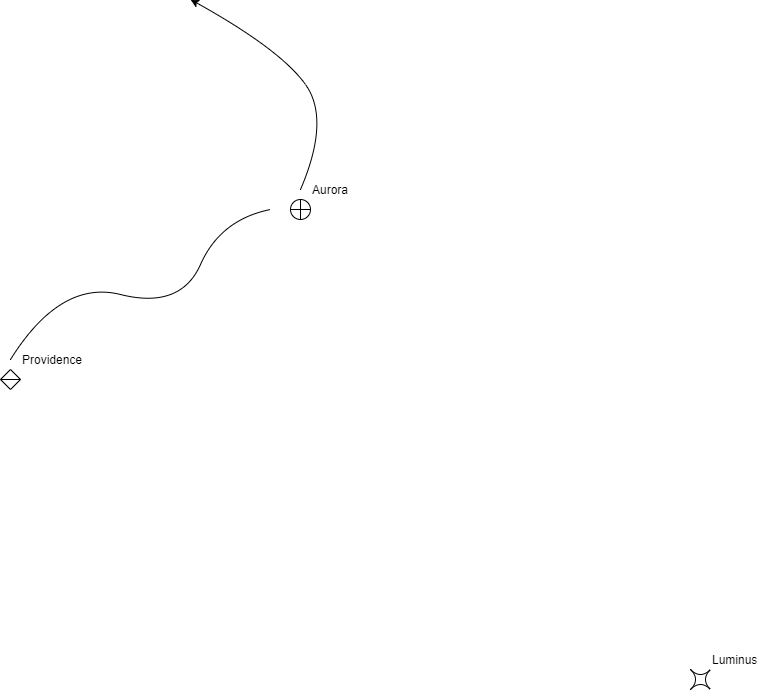
haydenmuhl/starforged keeps this draw.io diagram as sectors/00_outer_cluster/diagram.png. Above is the earlier version. Source tidied: cells renumbered, new cells last; positions are measured from the earlier drawing's top-left corner, leaving out a move shared by most shapes.
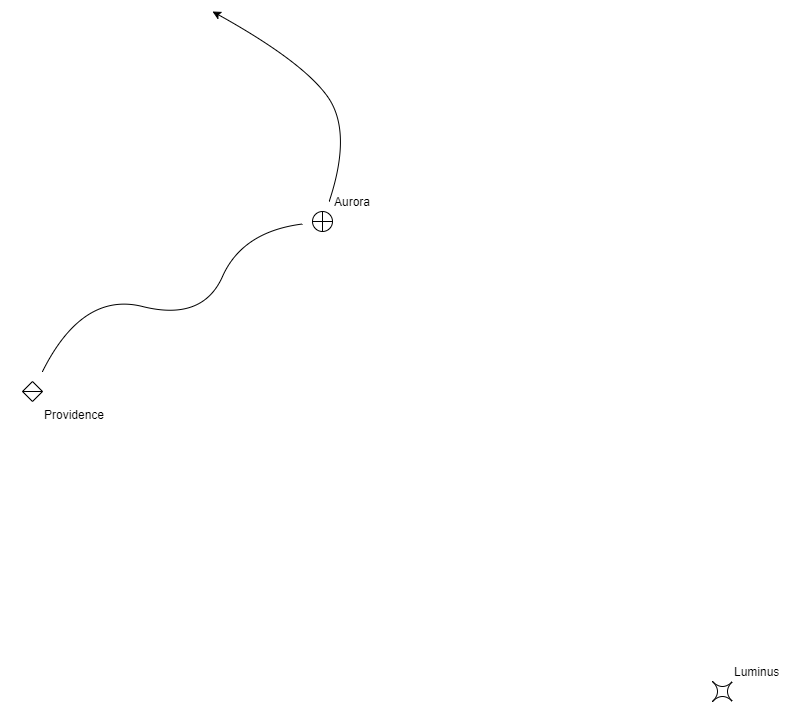
The same file after the commit.

Commit message:
Session 002 in progress

The edit, as a diff of the source:
```diff
@@ -1,20 +1,9 @@
-<mxGraphModel>
+<mxGraphModel background="#ffffff">
   <root>
     <mxCell id="0" />
     <mxCell id="1" parent="0" />
-    <mxCell id="2" value="Aurora" style="shape=orEllipse;perimeter=ellipsePerimeter;whiteSpace=wrap;html=1;backgroundOutline=1;labelPosition=right;verticalLabelPosition=top;align=left;verticalAlign=bottom;" parent="1" vertex="1">
-      <mxGeometry x="290" y="200" width="20" height="20" as="geometry" />
-    </mxCell>
-    <mxCell id="3" value="Providence" style="shape=sortShape;perimeter=rhombusPerimeter;whiteSpace=wrap;html=1;labelPosition=right;verticalLabelPosition=top;align=left;verticalAlign=bottom;" parent="1" vertex="1">
-      <mxGeometry y="370" width="20" height="20" as="geometry" />
-    </mxCell>
-    <mxCell id="4" value="Luminus" style="shape=switch;whiteSpace=wrap;html=1;labelPosition=right;verticalLabelPosition=top;align=left;verticalAlign=bottom;" parent="1" vertex="1">
-      <mxGeometry x="690" y="670" width="20" height="20" as="geometry" />
-    </mxCell>
-    <mxCell id="5" style="curved=1;endArrow=none;html=1;endFill=0;" parent="1" edge="1">
+    <mxCell id="5" style="curved=1;endArrow=none;html=1;endFill=0;" parent="1" edge="1" source="8" target="10">
       <mxGeometry relative="1" as="geometry">
-        <mxPoint x="10" y="360" as="sourcePoint" />
-        <mxPoint x="270" y="210" as="targetPoint" />
         <Array as="points">
           <mxPoint x="60" y="280" />
           <mxPoint x="180" y="310" />
@@ -22,9 +11,8 @@
         </Array>
       </mxGeometry>
     </mxCell>
-    <mxCell id="6" style="curved=1;endArrow=classic;html=1;endFill=1;startArrow=none;startFill=0;" parent="1" edge="1">
+    <mxCell id="6" style="curved=1;endArrow=classic;html=1;endFill=1;startArrow=none;startFill=0;" parent="1" edge="1" source="10">
       <mxGeometry relative="1" as="geometry">
-        <mxPoint x="300" y="190" as="sourcePoint" />
         <mxPoint x="190" as="targetPoint" />
         <Array as="points">
           <mxPoint x="330" y="120" />
@@ -32,5 +20,32 @@
         </Array>
       </mxGeometry>
     </mxCell>
+    <mxCell id="7" style="group;" parent="1" vertex="1">
+      <mxGeometry x="-10" y="360" width="40" height="40" as="geometry" />
+    </mxCell>
+    <mxCell id="8" style="rounded=0;whiteSpace=wrap;html=1;fillColor=none;strokeColor=none;" parent="7" vertex="1">
+      <mxGeometry width="40" height="40" as="geometry" />
+    </mxCell>
+    <mxCell id="3" value="Providence" style="shape=sortShape;perimeter=rhombusPerimeter;whiteSpace=wrap;html=1;labelPosition=right;verticalLabelPosition=bottom;align=left;verticalAlign=top;" parent="7" vertex="1">
+      <mxGeometry x="10" y="10" width="20" height="20" as="geometry" />
+    </mxCell>
+    <mxCell id="9" style="group;" parent="1" vertex="1">
+      <mxGeometry x="280" y="190" width="40" height="40" as="geometry" />
+    </mxCell>
+    <mxCell id="10" style="rounded=0;whiteSpace=wrap;html=1;fillColor=none;strokeColor=none;" parent="9" vertex="1">
+      <mxGeometry width="40" height="40" as="geometry" />
+    </mxCell>
+    <mxCell id="2" value="Aurora" style="shape=orEllipse;perimeter=ellipsePerimeter;whiteSpace=wrap;html=1;backgroundOutline=1;labelPosition=right;verticalLabelPosition=top;align=left;verticalAlign=bottom;" parent="9" vertex="1">
+      <mxGeometry x="10" y="10" width="20" height="20" as="geometry" />
+    </mxCell>
+    <mxCell id="11" style="group;" parent="1" vertex="1">
+      <mxGeometry x="680" y="660" width="40" height="40" as="geometry" />
+    </mxCell>
+    <mxCell id="12" style="rounded=0;whiteSpace=wrap;html=1;fillColor=none;strokeColor=none;" parent="11" vertex="1">
+      <mxGeometry width="40" height="40" as="geometry" />
+    </mxCell>
+    <mxCell id="4" value="Luminus" style="shape=switch;whiteSpace=wrap;html=1;labelPosition=right;verticalLabelPosition=top;align=left;verticalAlign=bottom;" parent="11" vertex="1">
+      <mxGeometry x="10" y="10" width="20" height="20" as="geometry" />
+    </mxCell>
   </root>
 </mxGraphModel>
```
